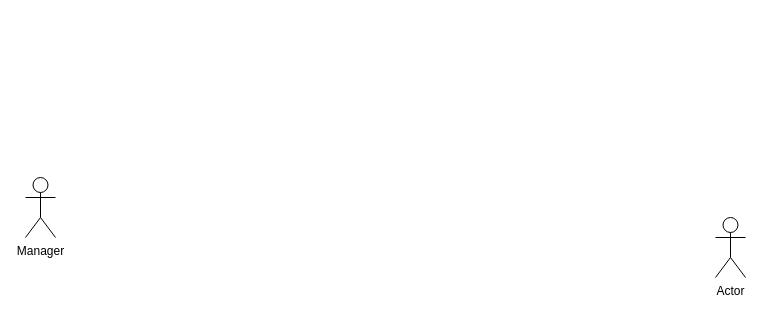
The draw.io diagram aa보고서_usecase_diagram.drawio in ShineSoYoung/TEST, before the edit. Source tidied: cells renumbered, new cells numbered last; positions are measured from the earlier drawing's top-left corner, leaving out a move shared by most shapes. Both pictures are drawn from the tidied source at 100%, with x=0, y=0 at pixel (25, 177).
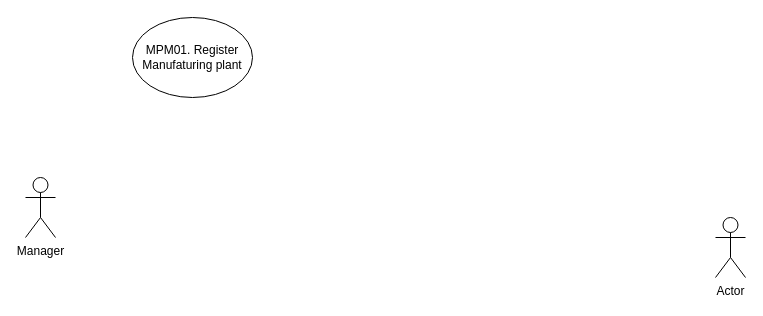
The same diagram, later.

Commit message (it also covers changes not shown here):
aa보고서_usecase_diagram.drawio 업데이트

The edit, as a diff of the source:
```diff
@@
 <mxGraphModel>
   <root>
     <mxCell id="0" />
     <mxCell id="1" parent="0" />
     <mxCell id="2" value="Actor" style="shape=umlActor;verticalLabelPosition=bottom;verticalAlign=top;html=1;" parent="1" vertex="1">
       <mxGeometry x="690" y="40" width="30" height="60" as="geometry" />
     </mxCell>
     <mxCell id="3" value="Manager" style="shape=umlActor;verticalLabelPosition=bottom;verticalAlign=top;html=1;" parent="1" vertex="1">
       <mxGeometry width="30" height="60" as="geometry" />
     </mxCell>
+    <mxCell id="4" value="MPM01. Register Manufaturing plant" style="ellipse;whiteSpace=wrap;html=1;" parent="1" vertex="1">
+      <mxGeometry x="107" y="-160" width="120" height="80" as="geometry" />
+    </mxCell>
   </root>
 </mxGraphModel>
```
